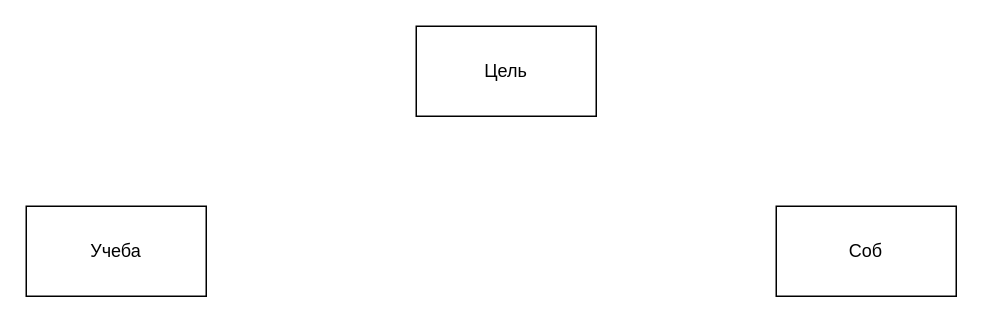
Before: src/main/resources/quiz-sequence.drawio in saipeg/quiz-bot, a draw.io diagram. Source tidied: cells renumbered, new cells numbered last; positions are measured from the earlier drawing's top-left corner, leaving out a move shared by most shapes. Both pictures are drawn from the tidied source at 150%, with x=0, y=0 at pixel (26, 26).
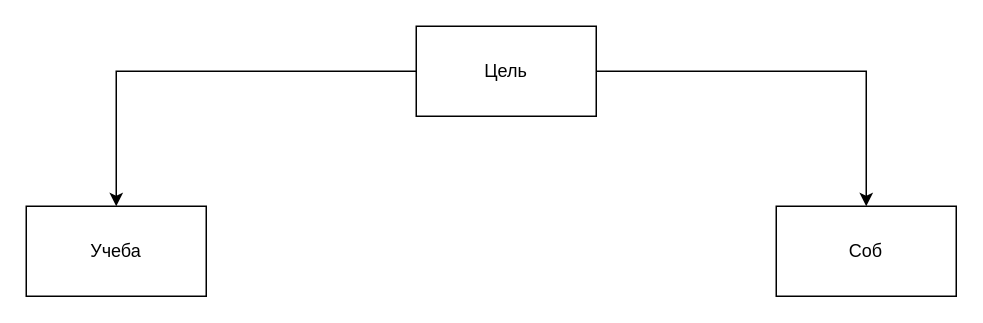
Above is the later version.

What changed in the source:
```diff
@@
 <mxGraphModel>
   <root>
     <mxCell id="0" />
     <mxCell id="1" parent="0" />
     <mxCell id="2" value="Учеба" style="rounded=0;whiteSpace=wrap;html=1;" parent="1" vertex="1">
       <mxGeometry y="120" width="120" height="60" as="geometry" />
     </mxCell>
+    <mxCell id="5" style="edgeStyle=orthogonalEdgeStyle;rounded=0;jettySize=auto;html=1;entryX=0.5;entryY=0;entryDx=0;entryDy=0;" parent="1" edge="1" source="3" target="2">
+      <mxGeometry relative="1" as="geometry" />
+    </mxCell>
+    <mxCell id="6" style="edgeStyle=orthogonalEdgeStyle;rounded=0;jettySize=auto;html=1;entryX=0.5;entryY=0;entryDx=0;entryDy=0;" parent="1" edge="1" source="3" target="4">
+      <mxGeometry relative="1" as="geometry" />
+    </mxCell>
     <mxCell id="3" value="Цель" style="rounded=0;whiteSpace=wrap;html=1;" parent="1" vertex="1">
       <mxGeometry x="260" width="120" height="60" as="geometry" />
     </mxCell>
     <mxCell id="4" value="Соб" style="rounded=0;whiteSpace=wrap;html=1;" parent="1" vertex="1">
       <mxGeometry x="500" y="120" width="120" height="60" as="geometry" />
     </mxCell>
   </root>
 </mxGraphModel>
```
